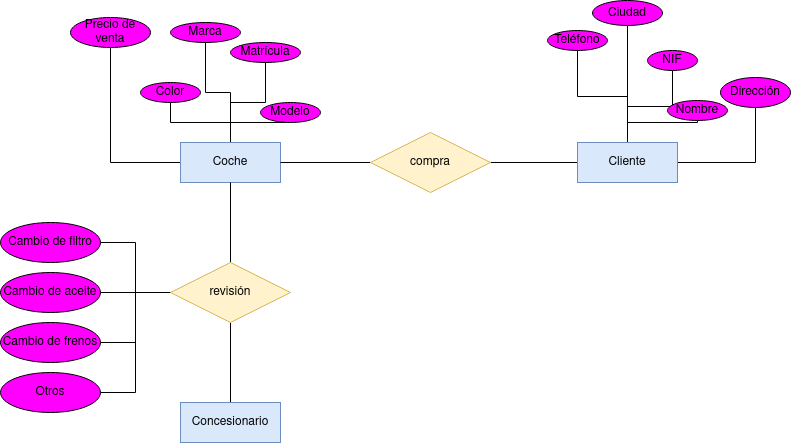
This is Unidad-1/Tareas/Tarea-6/Diagrama Tarea 7.drawio.png from RafaelMayor/base-datos, a draw.io export, as it was before one commit. Source tidied: cells renumbered, new cells last; positions are measured from the earlier drawing's top-left corner, leaving out a move shared by most shapes.
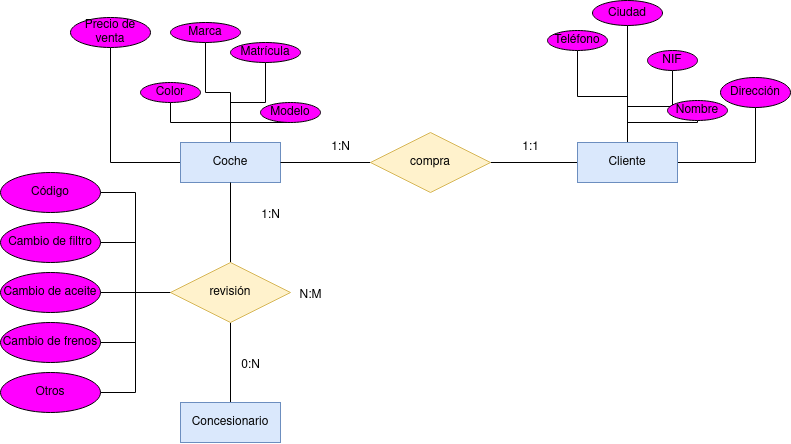
The same diagram one commit later.

Diff of the diagram source:
```diff
@@ -92,6 +92,9 @@
     <mxCell id="31" style="edgeStyle=orthogonalEdgeStyle;rounded=0;jettySize=auto;html=1;endArrow=none;endFill=0;" parent="1" edge="1" source="32" target="7">
       <mxGeometry relative="1" as="geometry" />
     </mxCell>
+    <mxCell id="39" style="edgeStyle=orthogonalEdgeStyle;rounded=0;jettySize=auto;html=1;entryX=1;entryY=0.5;entryDx=0;entryDy=0;endArrow=none;endFill=0;" parent="1" edge="1" source="32" target="45">
+      <mxGeometry relative="1" as="geometry" />
+    </mxCell>
     <mxCell id="32" value="revisión" style="shape=rhombus;perimeter=rhombusPerimeter;whiteSpace=wrap;html=1;align=center;fillColor=#fff2cc;strokeColor=#d6b656;" parent="1" vertex="1">
       <mxGeometry x="170" y="262" width="120" height="60" as="geometry" />
     </mxCell>
@@ -113,5 +116,23 @@
     <mxCell id="38" value="Otros" style="ellipse;whiteSpace=wrap;html=1;align=center;fillColor=#FF00FF;" parent="1" vertex="1">
       <mxGeometry y="372" width="100" height="40" as="geometry" />
     </mxCell>
+    <mxCell id="40" value="1:1" style="text;html=1;align=center;verticalAlign=middle;strokeColor=none;fillColor=none;" parent="1" vertex="1">
+      <mxGeometry x="510" y="132" width="40" height="30" as="geometry" />
+    </mxCell>
+    <mxCell id="41" value="1:N" style="text;html=1;align=center;verticalAlign=middle;strokeColor=none;fillColor=none;" parent="1" vertex="1">
+      <mxGeometry x="320" y="132" width="40" height="30" as="geometry" />
+    </mxCell>
+    <mxCell id="42" value="0:N" style="text;html=1;align=center;verticalAlign=middle;strokeColor=none;fillColor=none;" parent="1" vertex="1">
+      <mxGeometry x="230" y="350" width="40" height="30" as="geometry" />
+    </mxCell>
+    <mxCell id="43" value="1:N" style="text;html=1;align=center;verticalAlign=middle;strokeColor=none;fillColor=none;" parent="1" vertex="1">
+      <mxGeometry x="250" y="200" width="40" height="30" as="geometry" />
+    </mxCell>
+    <mxCell id="44" value="N:M" style="text;html=1;align=center;verticalAlign=middle;strokeColor=none;fillColor=none;" parent="1" vertex="1">
+      <mxGeometry x="285" y="280" width="50" height="30" as="geometry" />
+    </mxCell>
+    <mxCell id="45" value="Código" style="ellipse;whiteSpace=wrap;html=1;align=center;fillColor=#FF00FF;" parent="1" vertex="1">
+      <mxGeometry y="172" width="100" height="40" as="geometry" />
+    </mxCell>
   </root>
 </mxGraphModel>
```
